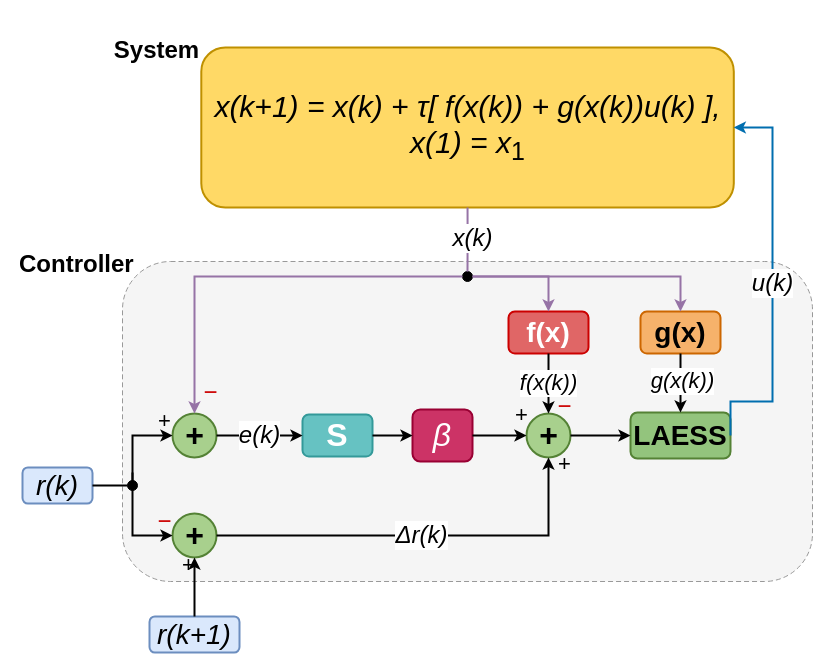
This is page "clean-system" (1 of 7) of research-vault/Research Journal/Paper/figures/System-States.drawio from ablassejr/tracking-control-network, a draw.io file, before an edit. Source tidied: cells renumbered, new cells numbered last; positions are measured from the earlier drawing's top-left corner, leaving out a move shared by most shapes. Both pictures are drawn from the tidied source at 100%, with x=0, y=0 at pixel (17, 17).
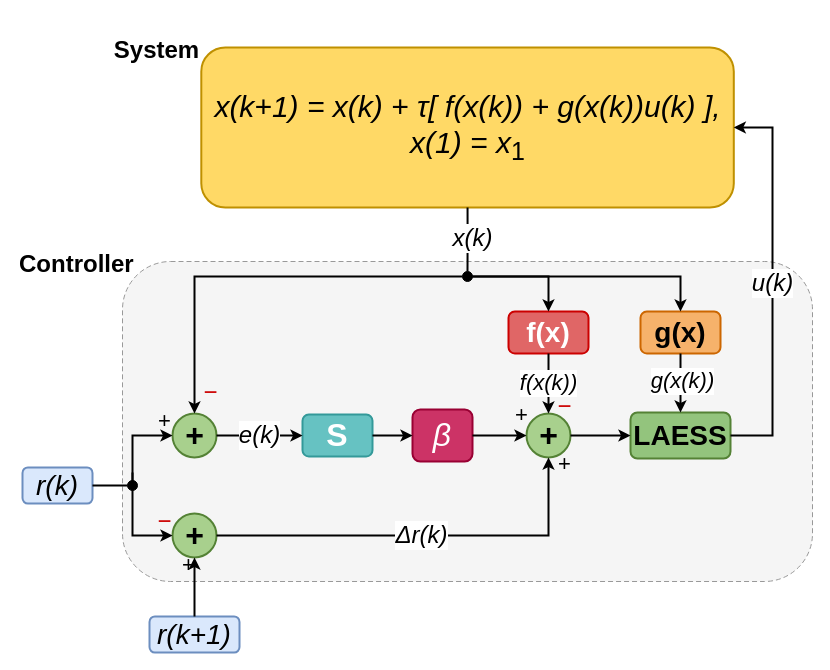
After the change.

Unchanged cells that the change refers to:
```xml
<mxCell id="4" value="&lt;i style=&quot;line-height:100%;&quot;&gt;x(k+1) = x(k) + τ[ f(x(k)) + g(x(k))u(k) ],&lt;/i&gt;&lt;br/&gt;&lt;i&gt;x(1) = x&lt;/i&gt;&lt;sub&gt;1&lt;/sub&gt;" style="rounded=1;whiteSpace=wrap;html=1;fontFamily=Helvetica;fontSize=30;strokeWidth=2;fillColor=#FFD966;strokeColor=#BF9000;" parent="1" vertex="1">
  <mxGeometry x="183.8" y="30" width="532.5" height="160" as="geometry" />
</mxCell>
<mxCell id="6" style="ellipse;fillColor=#000000;strokeColor=#000000;strokeWidth=1;html=1;" parent="1" vertex="1">
  <mxGeometry x="445" y="254" width="10" height="10" as="geometry" />
</mxCell>
<mxCell id="7" value="+" style="ellipse;html=1;fontFamily=Helvetica;fontSize=32;strokeWidth=2;align=center;verticalAlign=middle;fontStyle=1;rounded=1;fillColor=#A8D08D;strokeColor=#548235;" parent="1" vertex="1">
  <mxGeometry x="155" y="396" width="44" height="44" as="geometry" />
</mxCell>
<mxCell id="11" value="&lt;b&gt;LAESS&lt;/b&gt;" style="rounded=1;whiteSpace=wrap;html=1;fontFamily=Helvetica;fontSize=28;strokeWidth=2;fillColor=#93C47D;strokeColor=#548235;" parent="1" vertex="1">
  <mxGeometry x="613" y="395" width="100" height="46" as="geometry" />
</mxCell>
<mxCell id="12" value="&lt;b&gt;f(x)&lt;/b&gt;" style="rounded=1;whiteSpace=wrap;html=1;fontFamily=Helvetica;fontSize=28;strokeWidth=2;fillColor=#E06666;strokeColor=#CC0000;fontColor=#FFFFFF;" parent="1" vertex="1">
  <mxGeometry x="491" y="294" width="80" height="42" as="geometry" />
</mxCell>
<mxCell id="13" value="&lt;b&gt;g(x)&lt;/b&gt;" style="rounded=1;whiteSpace=wrap;html=1;fontFamily=Helvetica;fontSize=28;strokeWidth=2;fillColor=#F6B26B;strokeColor=#CC6600;" parent="1" vertex="1">
  <mxGeometry x="623" y="294" width="80" height="42" as="geometry" />
</mxCell>
```

What changed in the source:
```diff
@@
-    <mxCell id="22" value="&lt;i&gt;&lt;font style=&quot;font-size: 24px;&quot;&gt;x(k)&lt;/font&gt;&lt;/i&gt;" style="edgeStyle=orthogonalEdgeStyle;rounded=0;html=1;strokeWidth=2;flowAnimation=1;endArrow=none;endFill=0;exitX=0.5;exitY=1;exitDx=0;exitDy=0;strokeColor=#9673a6;" parent="1" edge="1" source="4" target="6">
+    <mxCell id="22" value="&lt;i&gt;&lt;font style=&quot;font-size: 24px;&quot;&gt;x(k)&lt;/font&gt;&lt;/i&gt;" style="edgeStyle=orthogonalEdgeStyle;rounded=0;html=1;strokeWidth=2;flowAnimation=1;endArrow=none;endFill=0;exitX=0.5;exitY=1;exitDx=0;exitDy=0;strokeColor=#000000;" parent="1" edge="1" source="4" target="6">
       <mxGeometry x="-0.06" y="5" relative="1" as="geometry">
         <mxPoint y="1" as="offset" />
       </mxGeometry>
     </mxCell>
-    <mxCell id="23" style="edgeStyle=orthogonalEdgeStyle;rounded=0;html=1;strokeWidth=2;flowAnimation=1;endArrow=classic;endFill=1;entryX=0.5;entryY=0;entryDx=0;entryDy=0;fontFamily=Helvetica;fontSize=24;strokeColor=#9673a6;" parent="1" edge="1" source="6" target="7">
+    <mxCell id="23" style="edgeStyle=orthogonalEdgeStyle;rounded=0;html=1;strokeWidth=2;flowAnimation=1;endArrow=classic;endFill=1;entryX=0.5;entryY=0;entryDx=0;entryDy=0;fontFamily=Helvetica;fontSize=24;strokeColor=#000000;" parent="1" edge="1" source="6" target="7">
       <mxGeometry relative="1" as="geometry">
         <Array as="points">
           <mxPoint x="177" y="259" />
         </Array>
       </mxGeometry>
     </mxCell>
-    <mxCell id="24" style="edgeStyle=orthogonalEdgeStyle;rounded=0;html=1;strokeWidth=2;flowAnimation=1;endArrow=classic;endFill=1;entryX=0.5;entryY=0;entryDx=0;entryDy=0;strokeColor=#9673a6;" parent="1" edge="1" source="6" target="12">
+    <mxCell id="24" style="edgeStyle=orthogonalEdgeStyle;rounded=0;html=1;strokeWidth=2;flowAnimation=1;endArrow=classic;endFill=1;entryX=0.5;entryY=0;entryDx=0;entryDy=0;strokeColor=#000000;" parent="1" edge="1" source="6" target="12">
       <mxGeometry relative="1" as="geometry">
         <Array as="points">
           <mxPoint x="531" y="259" />
         </Array>
       </mxGeometry>
     </mxCell>
-    <mxCell id="25" style="edgeStyle=orthogonalEdgeStyle;rounded=0;html=1;strokeWidth=2;flowAnimation=1;endArrow=classic;endFill=1;entryX=0.5;entryY=0;entryDx=0;entryDy=0;strokeColor=#9673a6;" parent="1" edge="1" source="6" target="13">
+    <mxCell id="25" style="edgeStyle=orthogonalEdgeStyle;rounded=0;html=1;strokeWidth=2;flowAnimation=1;endArrow=classic;endFill=1;entryX=0.5;entryY=0;entryDx=0;entryDy=0;strokeColor=#000000;" parent="1" edge="1" source="6" target="13">
       <mxGeometry relative="1" as="geometry">
         <Array as="points">
           <mxPoint x="663" y="259" />
         </Array>
       </mxGeometry>
     </mxCell>
@@
-    <mxCell id="32" value="&lt;i&gt;u(k)&lt;/i&gt;" style="edgeStyle=orthogonalEdgeStyle;rounded=0;html=1;strokeWidth=2;flowAnimation=1;endArrow=classic;endFill=1;exitX=1;exitY=0.5;exitDx=0;exitDy=0;entryX=1;entryY=0.5;entryDx=0;entryDy=0;fontFamily=Helvetica;fontSize=24;strokeColor=#006EAF;" parent="1" edge="1" source="11" target="4">
+    <mxCell id="32" value="&lt;i&gt;u(k)&lt;/i&gt;" style="edgeStyle=orthogonalEdgeStyle;rounded=0;html=1;strokeWidth=2;flowAnimation=1;endArrow=classic;endFill=1;exitX=1;exitY=0.5;exitDx=0;exitDy=0;entryX=1;entryY=0.5;entryDx=0;entryDy=0;fontFamily=Helvetica;fontSize=24;strokeColor=#000000;" parent="1" edge="1" source="11" target="4">
       <mxGeometry relative="1" as="geometry">
         <Array as="points">
-          <mxPoint x="755" y="384" />
+          <mxPoint x="755" y="418" />
           <mxPoint x="755" y="110" />
         </Array>
       </mxGeometry>
     </mxCell>
```
